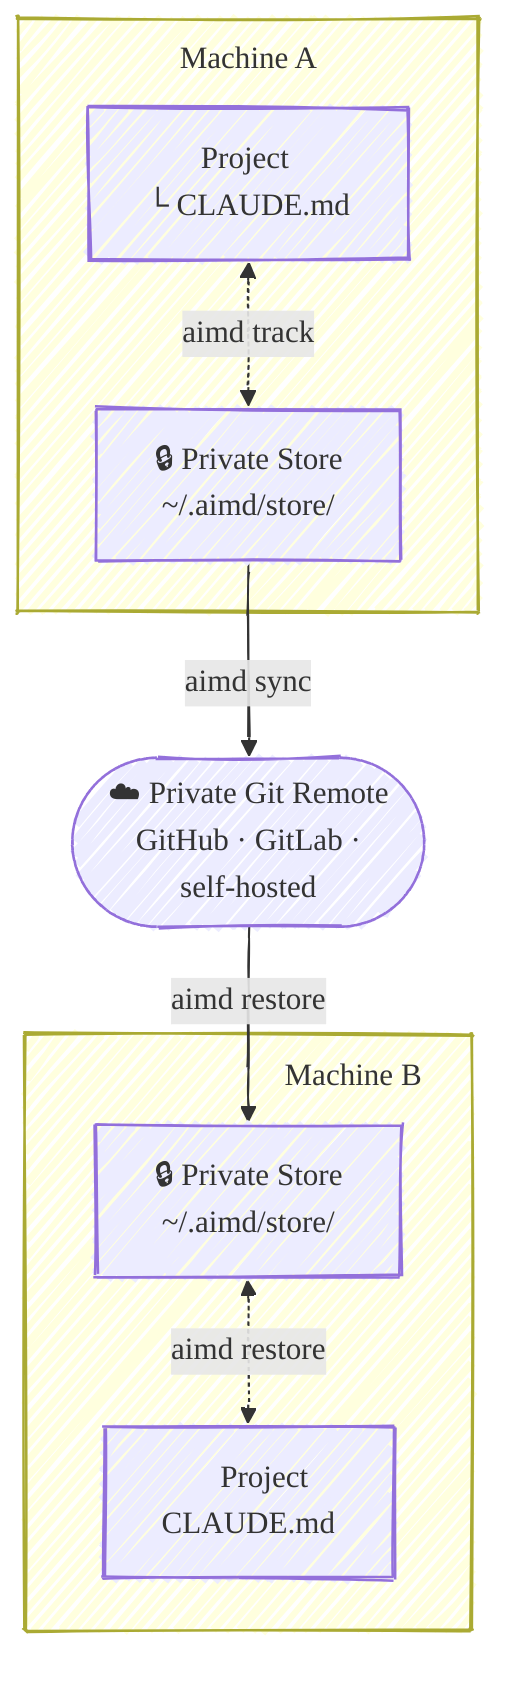
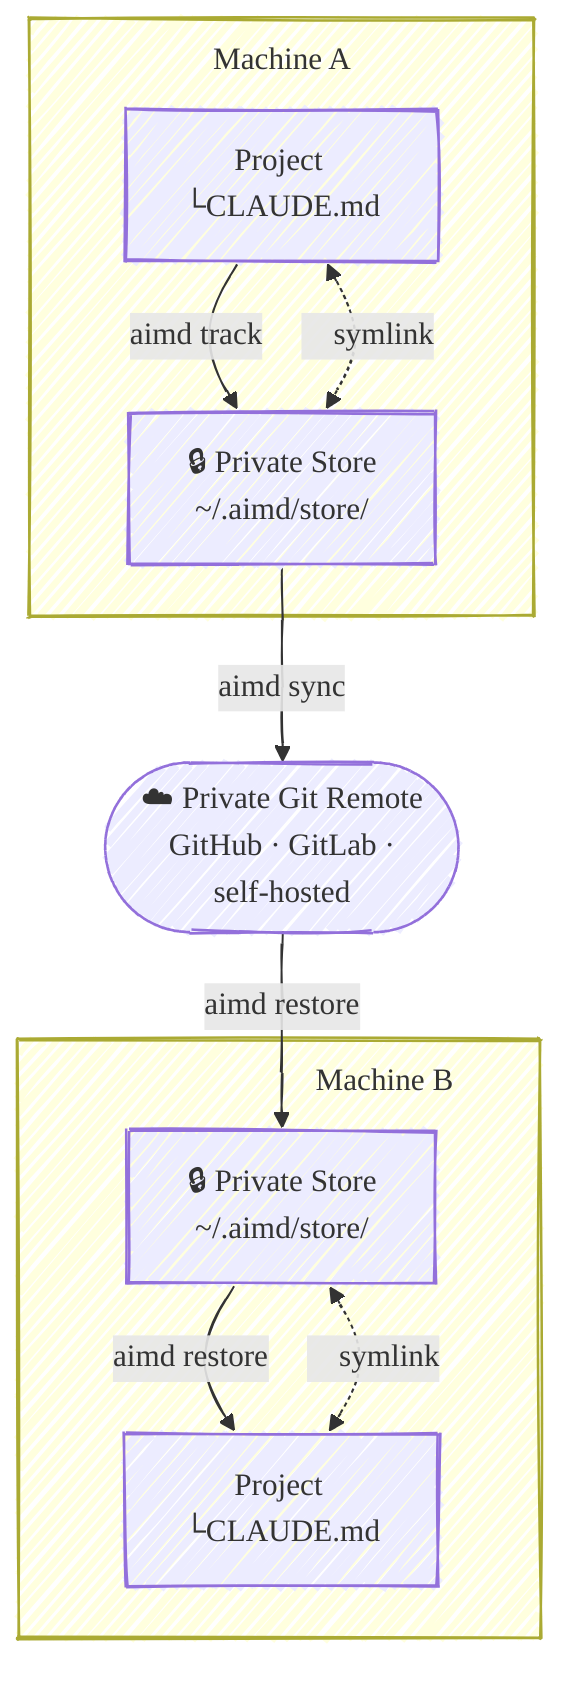
---
config:
  look: handDrawn
  themeVariables:
    theme: "base"
    fontFamily: "\"Marker Felt\", cursive"
  flowchart:
    subGraphTitleMargin:
      top: 10
      bottom: 10
---
flowchart TB
    subgraph A["Machine A"]
-         projA["📁 Project‎ ‎ ‎ ‎ ‎ ‎ <br>└ CLAUDE.md"]
+         projA["📁 Project‎ ‎ ‎ ‎ ‎ ‎ <br>└CLAUDE.md"]
        storeA["🔒 Private Store<br>~/.aimd/store/"]
-         projA <-.->|"aimd track"| storeA
+         projA -->|"aimd track"| storeA
+         projA <-.->|"🔗 symlink"| storeA
    end

    storeA -->|"aimd sync"| remote(["☁️ Private Git Remote<br>GitHub · GitLab ·<br>self-hosted"])
    remote -->|"aimd restore"| storeB

    subgraph B["‎ ‎ ‎ ‎ ‎ ‎ ‎ ‎ ‎ ‎ ‎ ‎ ‎ ‎ ‎ ‎ ‎ ‎ ‎ ‎ ‎ ‎ ‎ ‎ ‎ ‎ ‎ Machine B"]
        storeB["🔒 Private Store<br>~/.aimd/store/"]
-         projB["📁 Project<br>CLAUDE.md"]
-         storeB <-.->|"aimd restore"| projB
+         projB["📁 Project‎ ‎ ‎ ‎ ‎ ‎ <br>└CLAUDE.md"]
+         storeB -->|"aimd restore"| projB
+         storeB <-.->|"🔗 symlink"| projB
    end
